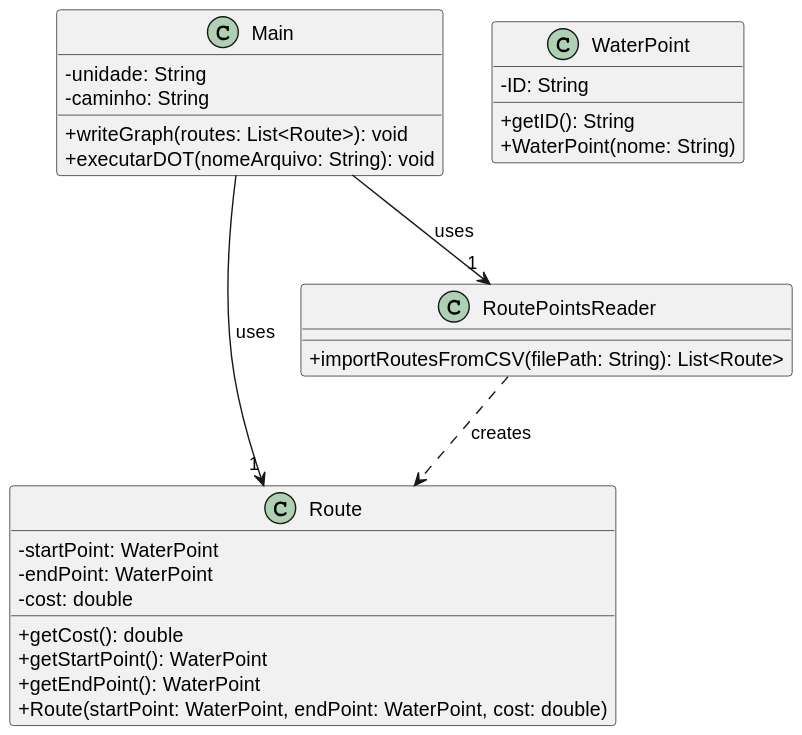
Before: docs/sprintB/us012/03.design/svg/us012-class-diagram.svg, a diagram exported from PlantUML (ricardomm7/leaflink).
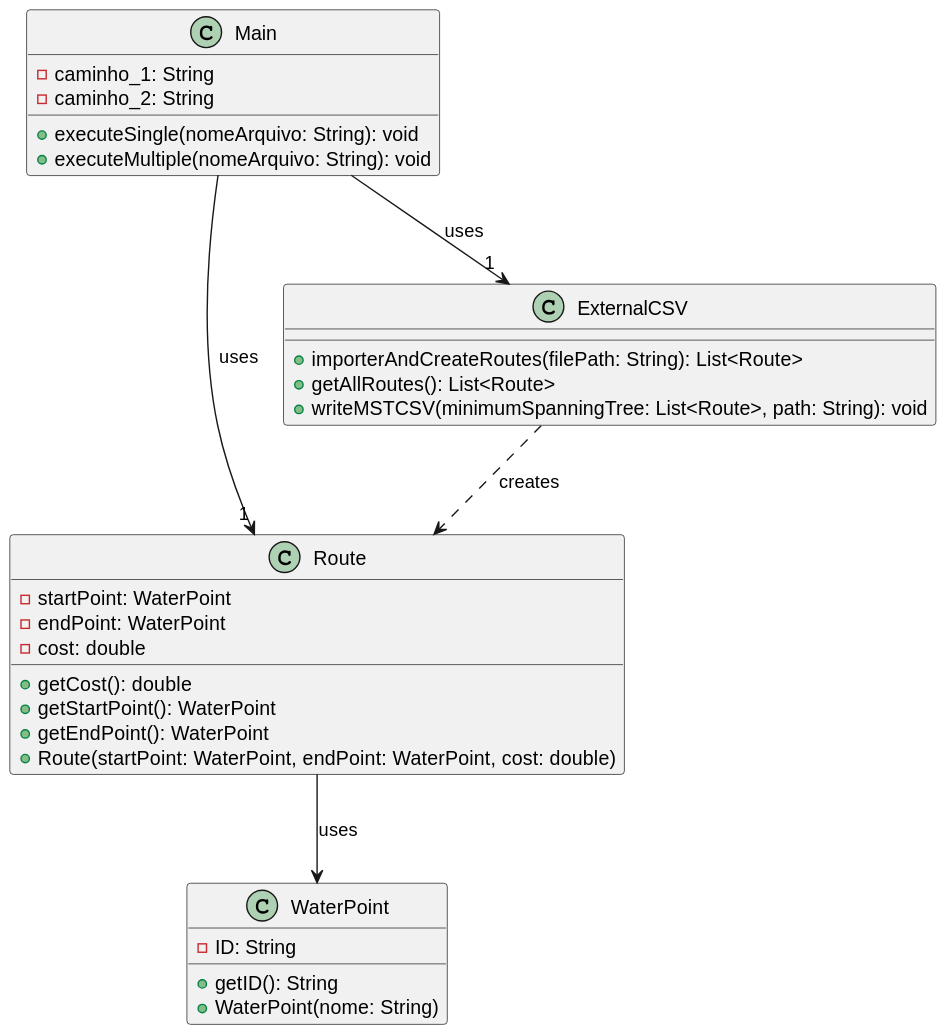
Later version of the same file.

The edit, as a diff of the source:
```diff
@@ -1,9 +1,7 @@
 @startuml
-skinparam packageStyle rectangle
 skinparam shadowing false
 skinparam line type polyline
 
-skinparam classAttributeIconSize 0
 
 class Route {
     - startPoint: WaterPoint
@@ -23,19 +21,24 @@
     + WaterPoint(nome: String)
 }
 
-class RoutePointsReader {
-    + importRoutesFromCSV(filePath: String): List<Route>
+class ExternalCSV {
+    + importerAndCreateRoutes(filePath: String): List<Route>
+    + getAllRoutes(): List<Route>
+    + writeMSTCSV(minimumSpanningTree: List<Route>, path: String): void
+
+
 }
 
 class Main {
-    - unidade: String
-    - caminho: String
+    - caminho_1: String
+    - caminho_2: String
 
-    + writeGraph(routes: List<Route>): void
-    + executarDOT(nomeArquivo: String): void
+    + executeSingle(nomeArquivo: String): void
+    + executeMultiple(nomeArquivo: String): void
 }
 
-RoutePointsReader ..> Route : creates
-Main --> "1" RoutePointsReader : uses
+Route  -->  WaterPoint: uses
+ExternalCSV ..> Route : creates
+Main --> "1" ExternalCSV : uses
 Main --> "1" Route : uses
 @enduml
```
